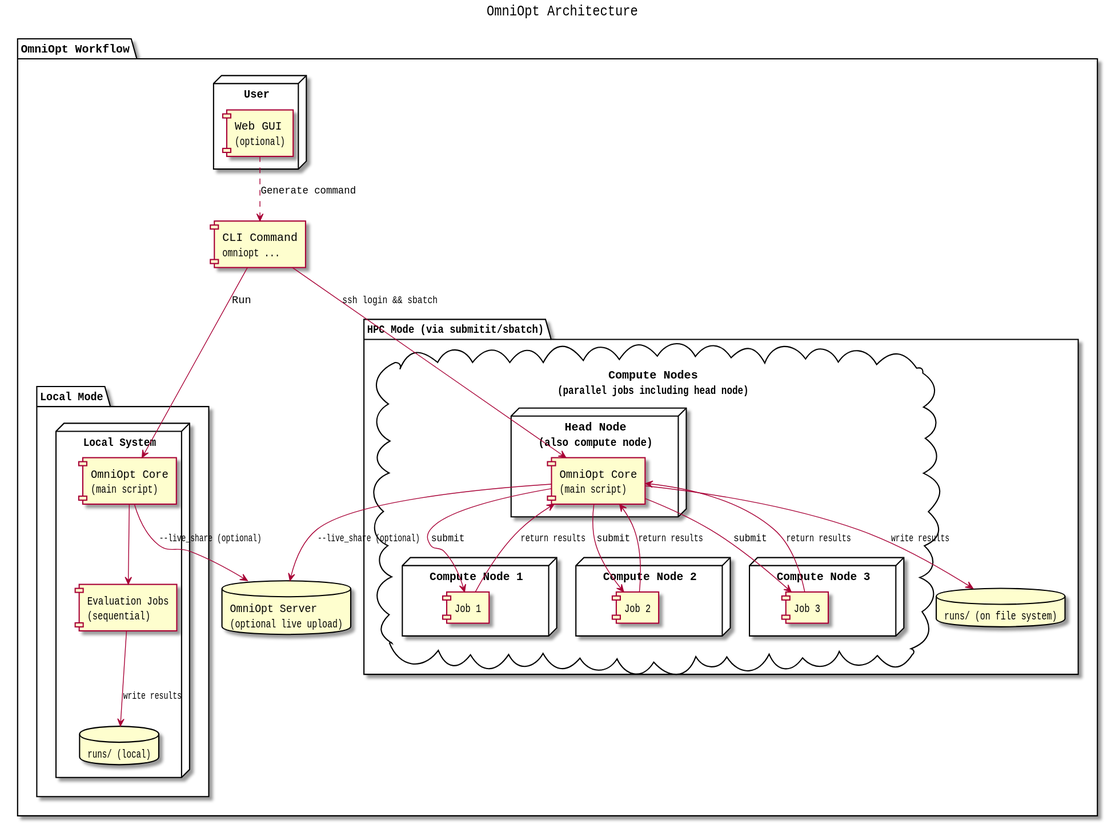
Above: .gui/documentation/architektur.svg in NormanTUD/OmniOpt (PlantUML), before the change.
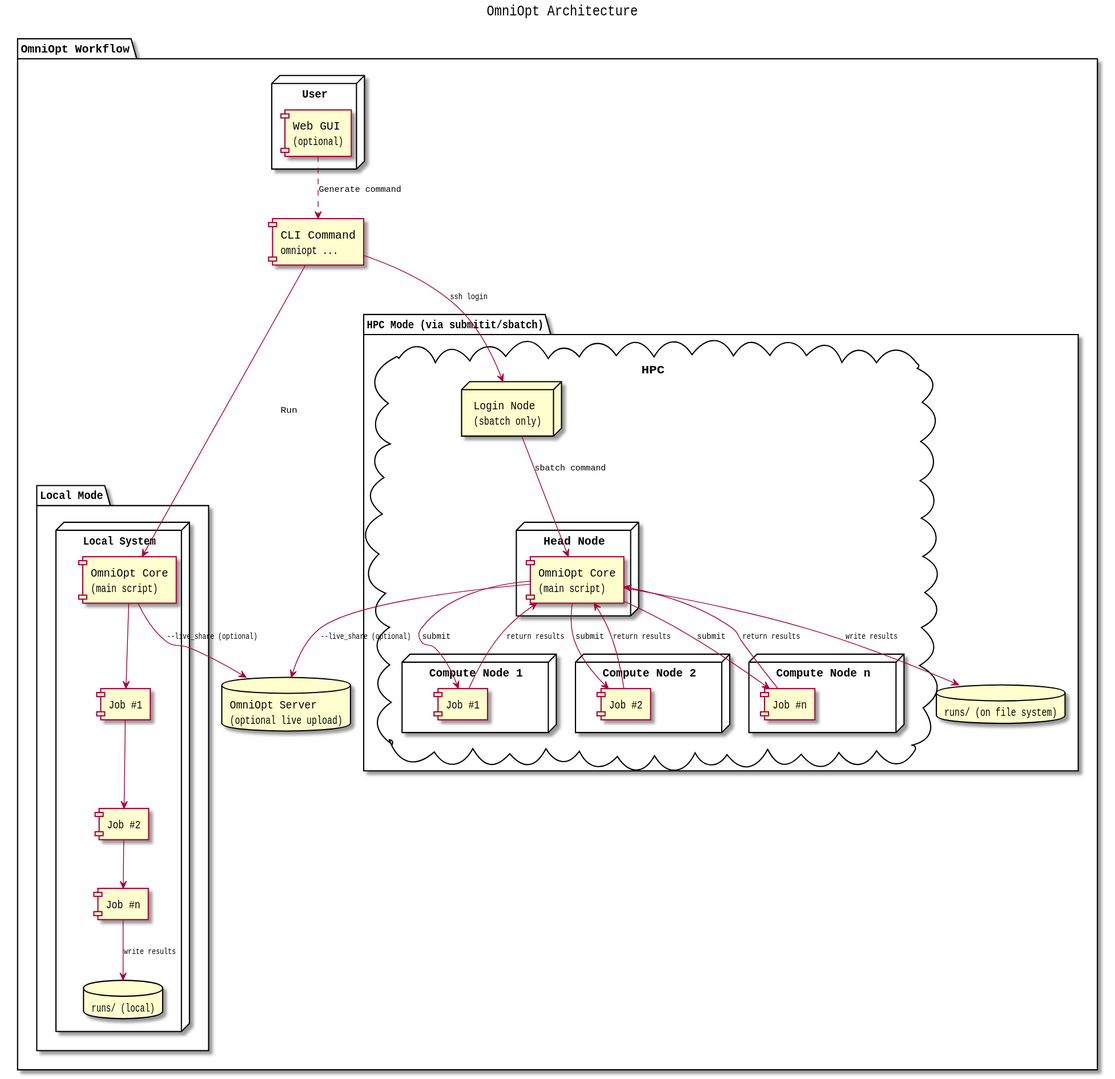
After the change.

Change to the diagram source:
```diff
@@ -1,6 +1,7 @@
 @startuml
 skinparam componentStyle rectangle
 skinparam defaultFontName Monospace
+skinparam ArrowFontSize 11
 
 title OmniOpt Architecture
 
@@ -19,46 +20,55 @@
   package "Local Mode" {
     node "Local System" {
       component "OmniOpt Core\n(main script)" as LocalCore
-      component "Evaluation Jobs\n(sequential)" as LocalJobs
+      component "Job #1" as LocalJobs1
+      component "Job #2" as LocalJobs2
+      component "Job #n" as LocalJobs3
       database "runs/ (local)" as LocalRuns
     }
 
     CLI --> LocalCore : Run
-    LocalCore --> LocalJobs
-    LocalJobs --> LocalRuns : write results
+    LocalCore --> LocalJobs1
+    LocalJobs1 --> LocalJobs2
+    LocalJobs2 --> LocalJobs3
+    LocalJobs3 --> LocalRuns : write results
     LocalCore --> OmniOptServer : --live_share (optional)
   }
 
   package "HPC Mode (via submitit/sbatch)" {
 
-    cloud "Compute Nodes\n(parallel jobs including head node)" {
-      node "Head Node\n(also compute node)" {
+    cloud "HPC" {
+
+      node "Login Node\n(sbatch only)" as LoginNode
+
+      node "Head Node" {
         component "OmniOpt Core\n(main script)" as HPCMaster
       }
 
       node "Compute Node 1" {
-        component "Job 1" as Job1
+        component "Job #1" as Job1
       }
 
       node "Compute Node 2" {
-        component "Job 2" as Job2
+        component "Job #2" as Job2
       }
 
-      node "Compute Node 3" {
-        component "Job 3" as Job3
+      node "Compute Node n" {
+        component "Job #n" as Job3
       }
     }
 
     database "runs/ (on file system)" as HPCRuns
 
-    CLI --> HPCMaster : ssh login && sbatch
+    CLI --> LoginNode : ssh login
+    LoginNode --> HPCMaster : sbatch command
+
     HPCMaster --> Job1 : submit
     HPCMaster --> Job2 : submit
     HPCMaster --> Job3 : submit
 
-    Job1 --> HPCMaster : return results
-    Job2 --> HPCMaster : return results
-    Job3 --> HPCMaster : return results
+    Job1 -down-> HPCMaster : return results
+    Job2 -down-> HPCMaster : return results
+    Job3 -down-> HPCMaster : return results
 
     HPCMaster --> HPCRuns : write results
     HPCMaster --> OmniOptServer : --live_share (optional)
```
